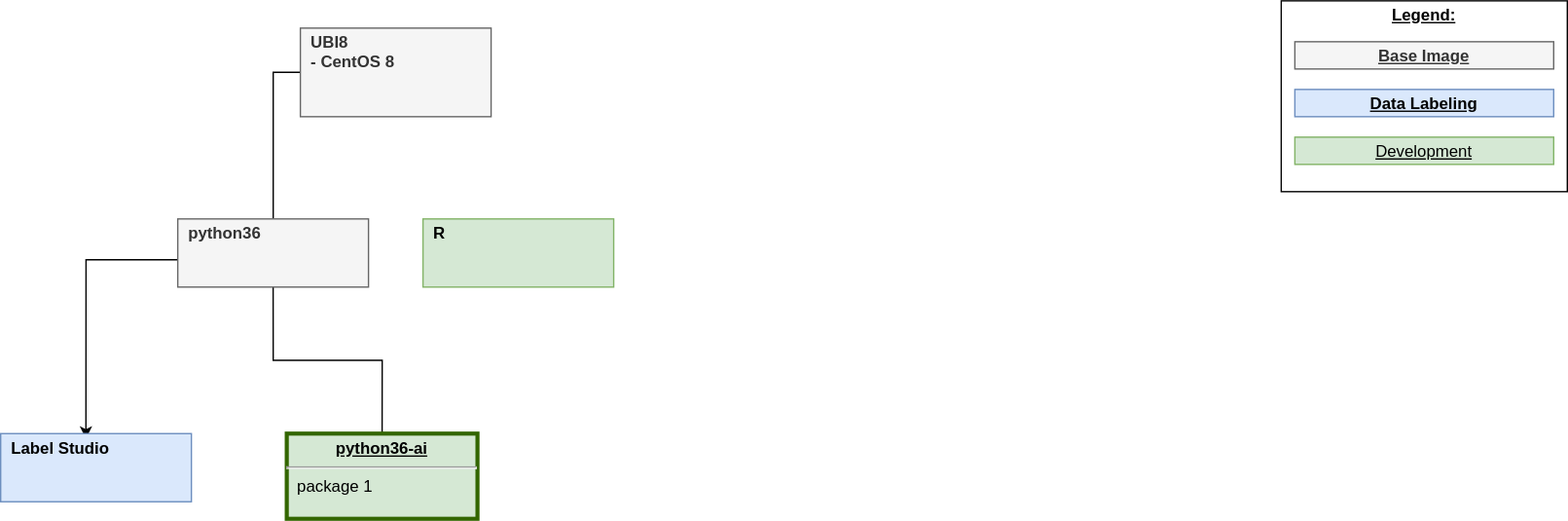
This is ToolTree.svg from high101bro/PoSh-EasyWin, a draw.io export, as it was before one commit. Source tidied: cells renumbered, new cells last; positions are measured from the earlier drawing's top-left corner, leaving out a move shared by most shapes. Its diagram source:
```xml
<mxGraphModel background="#ffffff">
  <root>
    <mxCell id="0" />
    <mxCell id="1" parent="0" />
    <mxCell id="2" style="edgeStyle=orthogonalEdgeStyle;rounded=0;html=1;labelBackgroundColor=none;endArrow=none;endFill=0;endSize=8;fontFamily=Verdana;fontSize=12;align=left;" parent="1" edge="1" source="3" target="7">
      <mxGeometry relative="1" as="geometry">
        <Array as="points">
          <mxPoint x="200" y="52" />
        </Array>
      </mxGeometry>
    </mxCell>
    <mxCell id="3" value="&lt;p style=&quot;margin: 0px ; margin-top: 4px ; text-align: center ; text-decoration: underline&quot;&gt;&lt;/p&gt;&lt;p style=&quot;margin: 0px ; margin-left: 8px&quot;&gt;&lt;b&gt;UBI8&lt;/b&gt;&lt;/p&gt;&lt;p style=&quot;margin: 0px ; margin-left: 8px&quot;&gt;&lt;b&gt;- CentOS 8&lt;/b&gt;&lt;/p&gt;" style="verticalAlign=top;align=left;overflow=fill;fontSize=12;fontFamily=Helvetica;html=1;rounded=0;shadow=0;comic=0;labelBackgroundColor=none;strokeWidth=1;fillColor=#f5f5f5;strokeColor=#666666;fontColor=#333333;" parent="1" vertex="1">
      <mxGeometry x="220" y="20" width="140" height="65" as="geometry" />
    </mxCell>
    <mxCell id="4" style="edgeStyle=orthogonalEdgeStyle;rounded=0;html=1;entryX=0.5;entryY=1;labelBackgroundColor=none;endArrow=none;endFill=0;endSize=8;fontFamily=Verdana;fontSize=12;align=left;entryDx=0;entryDy=0;exitX=0.5;exitY=0;exitDx=0;exitDy=0;" parent="1" edge="1" source="5" target="7">
      <mxGeometry relative="1" as="geometry" />
    </mxCell>
    <mxCell id="5" value="&lt;p style=&quot;margin: 0px ; margin-top: 4px ; text-align: center ; text-decoration: underline&quot;&gt;&lt;b&gt;python36-ai&lt;/b&gt;&lt;/p&gt;&lt;hr&gt;&lt;p style=&quot;margin: 0px ; margin-left: 8px&quot;&gt;package 1&lt;/p&gt;" style="verticalAlign=top;align=left;overflow=fill;fontSize=12;fontFamily=Helvetica;html=1;rounded=0;shadow=0;comic=0;labelBackgroundColor=none;strokeWidth=3;fillColor=#d5e8d4;strokeColor=#336600;" parent="1" vertex="1">
      <mxGeometry x="210" y="317.5" width="140" height="62.5" as="geometry" />
    </mxCell>
    <mxCell id="6" style="edgeStyle=orthogonalEdgeStyle;rounded=0;jettySize=auto;html=1;exitX=0;exitY=0.75;exitDx=0;exitDy=0;entryX=0.447;entryY=0.074;entryDx=0;entryDy=0;entryPerimeter=0;" parent="1" edge="1" source="7" target="9">
      <mxGeometry relative="1" as="geometry">
        <Array as="points">
          <mxPoint x="165" y="198" />
          <mxPoint x="165" y="190" />
          <mxPoint x="63" y="190" />
        </Array>
      </mxGeometry>
    </mxCell>
    <mxCell id="7" value="&lt;p style=&quot;margin: 0px ; margin-top: 4px ; text-align: center ; text-decoration: underline&quot;&gt;&lt;/p&gt;&lt;p style=&quot;margin: 0px ; margin-left: 8px&quot;&gt;&lt;b&gt;python36&lt;/b&gt;&lt;/p&gt;" style="verticalAlign=top;align=left;overflow=fill;fontSize=12;fontFamily=Helvetica;html=1;rounded=0;shadow=0;comic=0;labelBackgroundColor=none;strokeWidth=1;fillColor=#f5f5f5;strokeColor=#666666;fontColor=#333333;" parent="1" vertex="1">
      <mxGeometry x="130" y="160" width="140" height="50" as="geometry" />
    </mxCell>
    <mxCell id="8" value="&lt;p style=&quot;margin: 0px ; margin-top: 4px ; text-align: center ; text-decoration: underline&quot;&gt;&lt;/p&gt;&lt;p style=&quot;margin: 0px ; margin-left: 8px&quot;&gt;&lt;b&gt;R&lt;/b&gt;&lt;/p&gt;" style="verticalAlign=top;align=left;overflow=fill;fontSize=12;fontFamily=Helvetica;html=1;rounded=0;shadow=0;comic=0;labelBackgroundColor=none;strokeWidth=1;fillColor=#d5e8d4;strokeColor=#82b366;" parent="1" vertex="1">
      <mxGeometry x="310" y="160" width="140" height="50" as="geometry" />
    </mxCell>
    <mxCell id="9" value="&lt;p style=&quot;margin: 0px ; margin-top: 4px ; text-align: center ; text-decoration: underline&quot;&gt;&lt;/p&gt;&lt;p style=&quot;margin: 0px ; margin-left: 8px&quot;&gt;&lt;b&gt;Label Studio&lt;/b&gt;&lt;/p&gt;" style="verticalAlign=top;align=left;overflow=fill;fontSize=12;fontFamily=Helvetica;html=1;rounded=0;shadow=0;comic=0;labelBackgroundColor=none;strokeWidth=1;fillColor=#dae8fc;strokeColor=#6c8ebf;" parent="1" vertex="1">
      <mxGeometry y="317.5" width="140" height="50" as="geometry" />
    </mxCell>
    <mxCell id="10" style="group;" parent="1" vertex="1">
      <mxGeometry x="940" width="210" height="140" as="geometry" />
    </mxCell>
    <mxCell id="11" value="&lt;p style=&quot;margin: 0px ; margin-top: 4px ; text-align: center ; text-decoration: underline&quot;&gt;&lt;b&gt;Legend:&lt;/b&gt;&lt;/p&gt;" style="verticalAlign=top;align=left;overflow=fill;fontSize=12;fontFamily=Helvetica;html=1;rounded=0;shadow=0;comic=0;labelBackgroundColor=none;strokeWidth=1;" parent="10" vertex="1">
      <mxGeometry width="210" height="140" as="geometry" />
    </mxCell>
    <mxCell id="12" value="&lt;p style=&quot;margin: 0px ; margin-top: 4px ; text-align: center ; text-decoration: underline&quot;&gt;&lt;b&gt;Base Image&lt;/b&gt;&lt;/p&gt;" style="verticalAlign=top;align=left;overflow=fill;fontSize=12;fontFamily=Helvetica;html=1;rounded=0;shadow=0;comic=0;labelBackgroundColor=none;strokeWidth=1;fillColor=#f5f5f5;strokeColor=#666666;fontColor=#333333;" parent="10" vertex="1">
      <mxGeometry x="10" y="30" width="190" height="20" as="geometry" />
    </mxCell>
    <mxCell id="13" value="&lt;p style=&quot;margin: 0px ; margin-top: 4px ; text-align: center ; text-decoration: underline&quot;&gt;&lt;b&gt;Data Labeling&lt;/b&gt;&lt;/p&gt;" style="verticalAlign=top;align=left;overflow=fill;fontSize=12;fontFamily=Helvetica;html=1;rounded=0;shadow=0;comic=0;labelBackgroundColor=none;strokeWidth=1;fillColor=#dae8fc;strokeColor=#6c8ebf;" parent="10" vertex="1">
      <mxGeometry x="10" y="65" width="190" height="20" as="geometry" />
    </mxCell>
    <mxCell id="14" value="&lt;p style=&quot;margin: 0px ; margin-top: 4px ; text-align: center ; text-decoration: underline&quot;&gt;Development&lt;/p&gt;" style="verticalAlign=top;align=left;overflow=fill;fontSize=12;fontFamily=Helvetica;html=1;rounded=0;shadow=0;comic=0;labelBackgroundColor=none;strokeWidth=1;fillColor=#d5e8d4;strokeColor=#82b366;" parent="10" vertex="1">
      <mxGeometry x="10" y="100" width="190" height="20" as="geometry" />
    </mxCell>
  </root>
</mxGraphModel>
```
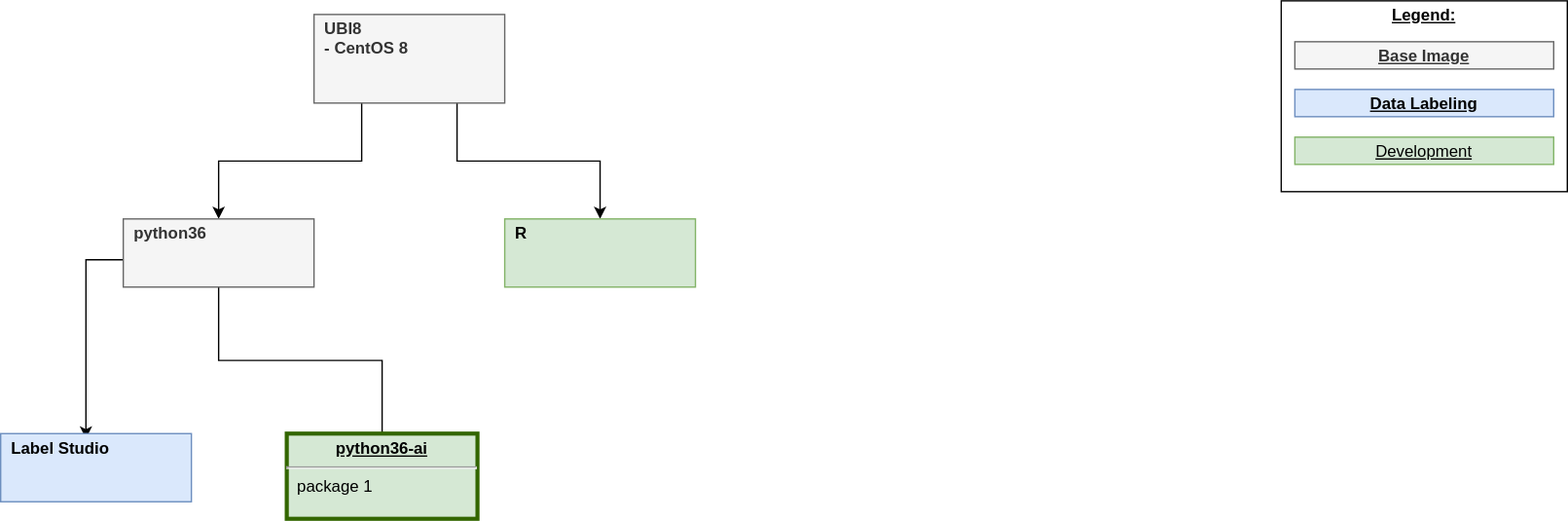
After the commit.

Diff of the diagram source:
```diff
@@ -2,15 +2,14 @@
   <root>
     <mxCell id="0" />
     <mxCell id="1" parent="0" />
+    <mxCell id="15" style="edgeStyle=orthogonalEdgeStyle;rounded=0;jettySize=auto;html=1;exitX=0.75;exitY=1;exitDx=0;exitDy=0;entryX=0.5;entryY=0;entryDx=0;entryDy=0;" parent="1" edge="1" source="3" target="8">
+      <mxGeometry relative="1" as="geometry" />
+    </mxCell>
-    <mxCell id="2" style="edgeStyle=orthogonalEdgeStyle;rounded=0;html=1;labelBackgroundColor=none;endArrow=none;endFill=0;endSize=8;fontFamily=Verdana;fontSize=12;align=left;" parent="1" edge="1" source="3" target="7">
-      <mxGeometry relative="1" as="geometry">
-        <Array as="points">
-          <mxPoint x="200" y="52" />
-        </Array>
-      </mxGeometry>
+    <mxCell id="2" style="edgeStyle=orthogonalEdgeStyle;rounded=0;jettySize=auto;html=1;exitX=0.25;exitY=1;exitDx=0;exitDy=0;entryX=0.5;entryY=0;entryDx=0;entryDy=0;" parent="1" edge="1" source="3" target="7">
+      <mxGeometry relative="1" as="geometry" />
     </mxCell>
     <mxCell id="3" value="&lt;p style=&quot;margin: 0px ; margin-top: 4px ; text-align: center ; text-decoration: underline&quot;&gt;&lt;/p&gt;&lt;p style=&quot;margin: 0px ; margin-left: 8px&quot;&gt;&lt;b&gt;UBI8&lt;/b&gt;&lt;/p&gt;&lt;p style=&quot;margin: 0px ; margin-left: 8px&quot;&gt;&lt;b&gt;- CentOS 8&lt;/b&gt;&lt;/p&gt;" style="verticalAlign=top;align=left;overflow=fill;fontSize=12;fontFamily=Helvetica;html=1;rounded=0;shadow=0;comic=0;labelBackgroundColor=none;strokeWidth=1;fillColor=#f5f5f5;strokeColor=#666666;fontColor=#333333;" parent="1" vertex="1">
-      <mxGeometry x="220" y="20" width="140" height="65" as="geometry" />
+      <mxGeometry x="230" y="10" width="140" height="65" as="geometry" />
     </mxCell>
     <mxCell id="4" style="edgeStyle=orthogonalEdgeStyle;rounded=0;html=1;entryX=0.5;entryY=1;labelBackgroundColor=none;endArrow=none;endFill=0;endSize=8;fontFamily=Verdana;fontSize=12;align=left;entryDx=0;entryDy=0;exitX=0.5;exitY=0;exitDx=0;exitDy=0;" parent="1" edge="1" source="5" target="7">
       <mxGeometry relative="1" as="geometry" />
@@ -28,10 +27,10 @@
       </mxGeometry>
     </mxCell>
     <mxCell id="7" value="&lt;p style=&quot;margin: 0px ; margin-top: 4px ; text-align: center ; text-decoration: underline&quot;&gt;&lt;/p&gt;&lt;p style=&quot;margin: 0px ; margin-left: 8px&quot;&gt;&lt;b&gt;python36&lt;/b&gt;&lt;/p&gt;" style="verticalAlign=top;align=left;overflow=fill;fontSize=12;fontFamily=Helvetica;html=1;rounded=0;shadow=0;comic=0;labelBackgroundColor=none;strokeWidth=1;fillColor=#f5f5f5;strokeColor=#666666;fontColor=#333333;" parent="1" vertex="1">
-      <mxGeometry x="130" y="160" width="140" height="50" as="geometry" />
+      <mxGeometry x="90" y="160" width="140" height="50" as="geometry" />
     </mxCell>
     <mxCell id="8" value="&lt;p style=&quot;margin: 0px ; margin-top: 4px ; text-align: center ; text-decoration: underline&quot;&gt;&lt;/p&gt;&lt;p style=&quot;margin: 0px ; margin-left: 8px&quot;&gt;&lt;b&gt;R&lt;/b&gt;&lt;/p&gt;" style="verticalAlign=top;align=left;overflow=fill;fontSize=12;fontFamily=Helvetica;html=1;rounded=0;shadow=0;comic=0;labelBackgroundColor=none;strokeWidth=1;fillColor=#d5e8d4;strokeColor=#82b366;" parent="1" vertex="1">
-      <mxGeometry x="310" y="160" width="140" height="50" as="geometry" />
+      <mxGeometry x="370" y="160" width="140" height="50" as="geometry" />
     </mxCell>
     <mxCell id="9" value="&lt;p style=&quot;margin: 0px ; margin-top: 4px ; text-align: center ; text-decoration: underline&quot;&gt;&lt;/p&gt;&lt;p style=&quot;margin: 0px ; margin-left: 8px&quot;&gt;&lt;b&gt;Label Studio&lt;/b&gt;&lt;/p&gt;" style="verticalAlign=top;align=left;overflow=fill;fontSize=12;fontFamily=Helvetica;html=1;rounded=0;shadow=0;comic=0;labelBackgroundColor=none;strokeWidth=1;fillColor=#dae8fc;strokeColor=#6c8ebf;" parent="1" vertex="1">
       <mxGeometry y="317.5" width="140" height="50" as="geometry" />
```
